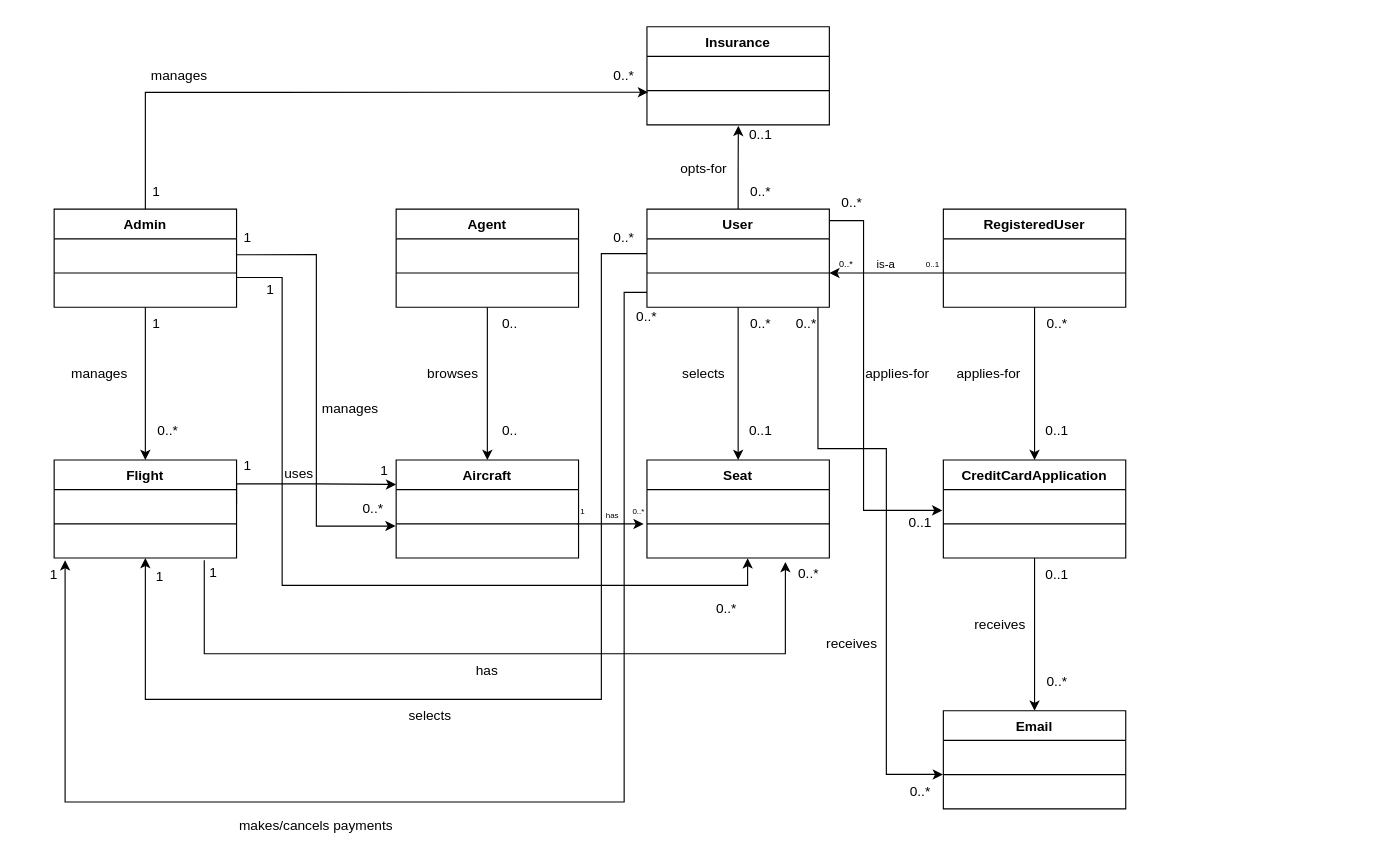
This is docs/SystemConceptualModel.drawio from Not-Nimna/flight_reservation, a draw.io file, before an edit. Source tidied: cells renumbered, new cells numbered last; positions are measured from the earlier drawing's top-left corner, leaving out a move shared by most shapes. Both pictures are drawn from the tidied source at 114%, with x=0, y=0 at pixel (19, 26).
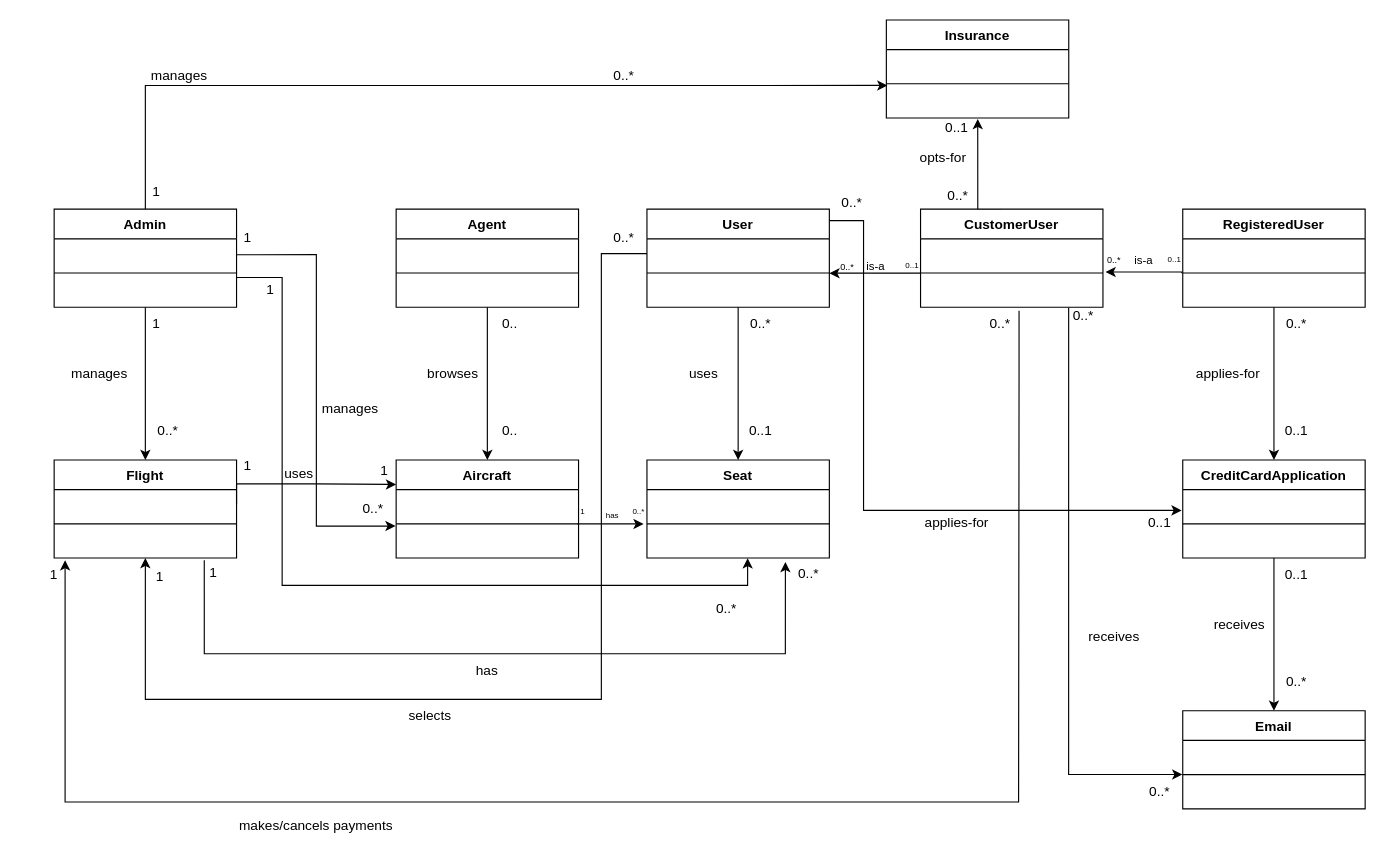
The same page after the edit.

Unchanged cells that the change refers to:
```xml
<mxCell id="16" value="User" style="swimlane;fontStyle=1;align=center;verticalAlign=top;horizontal=1;startSize=26;whiteSpace=wrap;html=1;" parent="1" vertex="1">
  <mxGeometry x="550" y="160" width="160" height="86" as="geometry" />
</mxCell>
<mxCell id="18" style="line;strokeWidth=1;fillColor=none;align=left;verticalAlign=middle;spacingTop=-1;spacingLeft=3;spacingRight=3;labelPosition=right;points=[];portConstraint=eastwest;strokeColor=inherit;" parent="16" vertex="1">
  <mxGeometry y="52" width="160" height="8" as="geometry" />
</mxCell>
<mxCell id="19" value="&amp;nbsp;" style="text;strokeColor=none;fillColor=none;align=left;verticalAlign=top;spacingLeft=4;spacingRight=4;overflow=hidden;points=[[0,0.5],[1,0.5]];portConstraint=eastwest;whiteSpace=wrap;html=1;" parent="16" vertex="1">
  <mxGeometry y="60" width="160" height="26" as="geometry" />
</mxCell>
<mxCell id="22" style="line;strokeWidth=1;fillColor=none;align=left;verticalAlign=middle;spacingTop=-1;spacingLeft=3;spacingRight=3;labelPosition=right;points=[];portConstraint=eastwest;strokeColor=inherit;" parent="20" vertex="1">
  <mxGeometry y="52" width="160" height="8" as="geometry" />
</mxCell>
<mxCell id="23" value="&amp;nbsp;" style="text;strokeColor=none;fillColor=none;align=left;verticalAlign=top;spacingLeft=4;spacingRight=4;overflow=hidden;points=[[0,0.5],[1,0.5]];portConstraint=eastwest;whiteSpace=wrap;html=1;" parent="20" vertex="1">
  <mxGeometry y="60" width="160" height="26" as="geometry" />
</mxCell>
<mxCell id="27" value="&amp;nbsp;" style="text;strokeColor=none;fillColor=none;align=left;verticalAlign=top;spacingLeft=4;spacingRight=4;overflow=hidden;points=[[0,0.5],[1,0.5]];portConstraint=eastwest;whiteSpace=wrap;html=1;" parent="24" vertex="1">
  <mxGeometry y="60" width="160" height="26" as="geometry" />
</mxCell>
<mxCell id="62" value="&amp;nbsp;" style="text;strokeColor=none;fillColor=none;align=left;verticalAlign=top;spacingLeft=4;spacingRight=4;overflow=hidden;points=[[0,0.5],[1,0.5]];portConstraint=eastwest;whiteSpace=wrap;html=1;" parent="59" vertex="1">
  <mxGeometry y="60" width="160" height="26" as="geometry" />
</mxCell>
<mxCell id="73" value="&amp;nbsp;" style="text;strokeColor=none;fillColor=none;align=left;verticalAlign=top;spacingLeft=4;spacingRight=4;overflow=hidden;points=[[0,0.5],[1,0.5]];portConstraint=eastwest;whiteSpace=wrap;html=1;" parent="70" vertex="1">
  <mxGeometry y="60" width="160" height="26" as="geometry" />
</mxCell>
```

Change to the diagram source:
```diff
@@
-    <mxCell id="12" style="edgeStyle=orthogonalEdgeStyle;rounded=0;jettySize=auto;html=1;entryX=0.501;entryY=1.034;entryDx=0;entryDy=0;entryPerimeter=0;" parent="1" edge="1" source="16" target="73">
-      <mxGeometry relative="1" as="geometry" />
+    <mxCell id="12" style="edgeStyle=orthogonalEdgeStyle;rounded=0;jettySize=auto;html=1;entryX=0.501;entryY=1.034;entryDx=0;entryDy=0;entryPerimeter=0;exitX=0.445;exitY=0.006;exitDx=0;exitDy=0;exitPerimeter=0;" parent="1" edge="1" source="109" target="73">
+      <mxGeometry relative="1" as="geometry">
+        <Array as="points">
+          <mxPoint x="840" y="160" />
+        </Array>
+      </mxGeometry>
     </mxCell>
@@
-    <mxCell id="14" style="edgeStyle=orthogonalEdgeStyle;rounded=0;jettySize=auto;html=1;entryX=-0.002;entryY=-0.16;entryDx=0;entryDy=0;entryPerimeter=0;" parent="1" edge="1" source="16" target="62">
+    <mxCell id="14" style="edgeStyle=orthogonalEdgeStyle;rounded=0;jettySize=auto;html=1;entryX=-0.002;entryY=-0.16;entryDx=0;entryDy=0;entryPerimeter=0;exitX=0.812;exitY=1.019;exitDx=0;exitDy=0;exitPerimeter=0;" parent="1" edge="1" source="112" target="62">
       <mxGeometry relative="1" as="geometry">
         <Array as="points">
-          <mxPoint x="700" y="370" />
-          <mxPoint x="760" y="370" />
-          <mxPoint x="760" y="656" />
+          <mxPoint x="920" y="656" />
         </Array>
       </mxGeometry>
     </mxCell>
-    <mxCell id="15" style="edgeStyle=orthogonalEdgeStyle;rounded=0;jettySize=auto;html=1;exitX=0;exitY=0.5;exitDx=0;exitDy=0;entryX=0.06;entryY=1.073;entryDx=0;entryDy=0;entryPerimeter=0;" parent="1" edge="1" source="19" target="27">
+    <mxCell id="15" style="edgeStyle=orthogonalEdgeStyle;rounded=0;jettySize=auto;html=1;exitX=0.54;exitY=1.12;exitDx=0;exitDy=0;entryX=0.06;entryY=1.073;entryDx=0;entryDy=0;entryPerimeter=0;exitPerimeter=0;" parent="1" edge="1" source="112" target="27">
       <mxGeometry relative="1" as="geometry">
         <Array as="points">
-          <mxPoint x="530" y="233" />
-          <mxPoint x="530" y="680" />
+          <mxPoint x="876" y="310" />
+          <mxPoint x="876" y="680" />
           <mxPoint x="40" y="680" />
         </Array>
       </mxGeometry>
     </mxCell>
@@
     <mxCell id="20" value="RegisteredUser" style="swimlane;fontStyle=1;align=center;verticalAlign=top;horizontal=1;startSize=26;whiteSpace=wrap;html=1;" parent="1" vertex="1">
-      <mxGeometry x="810" y="160" width="160" height="86" as="geometry" />
+      <mxGeometry x="1020" y="160" width="160" height="86" as="geometry" />
     </mxCell>
@@
     <mxCell id="36" value="CreditCardApplication" style="swimlane;fontStyle=1;align=center;verticalAlign=top;horizontal=1;startSize=26;whiteSpace=wrap;html=1;" parent="1" vertex="1">
-      <mxGeometry x="810" y="380" width="160" height="86" as="geometry" />
+      <mxGeometry x="1020" y="380" width="160" height="86" as="geometry" />
     </mxCell>
@@
-    <mxCell id="48" value="selects" style="text;html=1;strokeColor=none;fillColor=none;align=center;verticalAlign=middle;whiteSpace=wrap;rounded=0;" parent="1" vertex="1">
+    <mxCell id="48" value="uses" style="text;html=1;strokeColor=none;fillColor=none;align=center;verticalAlign=middle;whiteSpace=wrap;rounded=0;" parent="1" vertex="1">
       <mxGeometry x="570" y="290" width="60" height="30" as="geometry" />
     </mxCell>
@@
     <mxCell id="51" style="edgeStyle=orthogonalEdgeStyle;rounded=0;orthogonalLoop=1;jettySize=auto;html=1;entryX=0.5;entryY=0;entryDx=0;entryDy=0;" parent="1" edge="1">
       <mxGeometry relative="1" as="geometry">
-        <mxPoint x="890" y="246" as="sourcePoint" />
-        <mxPoint x="890" y="380" as="targetPoint" />
+        <mxPoint x="1100" y="246" as="sourcePoint" />
+        <mxPoint x="1100" y="380" as="targetPoint" />
       </mxGeometry>
     </mxCell>
     <mxCell id="52" value="applies-for" style="text;html=1;strokeColor=none;fillColor=none;align=center;verticalAlign=middle;whiteSpace=wrap;rounded=0;" parent="1" vertex="1">
-      <mxGeometry x="820" y="290" width="60" height="30" as="geometry" />
+      <mxGeometry x="1030" y="290" width="60" height="30" as="geometry" />
     </mxCell>
     <mxCell id="53" value="0..*" style="text;html=1;strokeColor=none;fillColor=none;align=center;verticalAlign=middle;whiteSpace=wrap;rounded=0;" parent="1" vertex="1">
-      <mxGeometry x="880" y="246" width="60" height="30" as="geometry" />
+      <mxGeometry x="1090" y="246" width="60" height="30" as="geometry" />
     </mxCell>
     <mxCell id="54" value="0..1" style="text;html=1;strokeColor=none;fillColor=none;align=center;verticalAlign=middle;whiteSpace=wrap;rounded=0;" parent="1" vertex="1">
-      <mxGeometry x="880" y="340" width="60" height="30" as="geometry" />
+      <mxGeometry x="1090" y="340" width="60" height="30" as="geometry" />
     </mxCell>
     <mxCell id="55" style="edgeStyle=orthogonalEdgeStyle;rounded=0;orthogonalLoop=1;jettySize=auto;html=1;entryX=0.5;entryY=0;entryDx=0;entryDy=0;" parent="1" edge="1">
       <mxGeometry relative="1" as="geometry">
-        <mxPoint x="890" y="466" as="sourcePoint" />
-        <mxPoint x="890" y="600" as="targetPoint" />
+        <mxPoint x="1100" y="466" as="sourcePoint" />
+        <mxPoint x="1100" y="600" as="targetPoint" />
       </mxGeometry>
     </mxCell>
     <mxCell id="56" value="receives" style="text;html=1;strokeColor=none;fillColor=none;align=center;verticalAlign=middle;whiteSpace=wrap;rounded=0;" parent="1" vertex="1">
-      <mxGeometry x="830" y="510" width="60" height="30" as="geometry" />
+      <mxGeometry x="1040" y="510" width="60" height="30" as="geometry" />
     </mxCell>
     <mxCell id="57" value="0..1" style="text;html=1;strokeColor=none;fillColor=none;align=center;verticalAlign=middle;whiteSpace=wrap;rounded=0;" parent="1" vertex="1">
-      <mxGeometry x="880" y="466" width="60" height="30" as="geometry" />
+      <mxGeometry x="1090" y="466" width="60" height="30" as="geometry" />
     </mxCell>
     <mxCell id="58" value="0..*" style="text;html=1;strokeColor=none;fillColor=none;align=center;verticalAlign=middle;whiteSpace=wrap;rounded=0;" parent="1" vertex="1">
-      <mxGeometry x="880" y="560" width="60" height="30" as="geometry" />
+      <mxGeometry x="1090" y="560" width="60" height="30" as="geometry" />
     </mxCell>
     <mxCell id="59" value="Email" style="swimlane;fontStyle=1;align=center;verticalAlign=top;horizontal=1;startSize=26;whiteSpace=wrap;html=1;" parent="1" vertex="1">
-      <mxGeometry x="810" y="600" width="160" height="86" as="geometry" />
+      <mxGeometry x="1020" y="600" width="160" height="86" as="geometry" />
     </mxCell>
@@
     <mxCell id="70" value="Insurance" style="swimlane;fontStyle=1;align=center;verticalAlign=top;horizontal=1;startSize=26;whiteSpace=wrap;html=1;" parent="1" vertex="1">
-      <mxGeometry x="550" width="160" height="86" as="geometry" />
+      <mxGeometry x="760" y="-6" width="160" height="86" as="geometry" />
     </mxCell>
@@
     <mxCell id="74" value="opts-for" style="text;html=1;strokeColor=none;fillColor=none;align=center;verticalAlign=middle;whiteSpace=wrap;rounded=0;" parent="1" vertex="1">
-      <mxGeometry x="570" y="110" width="60" height="30" as="geometry" />
+      <mxGeometry x="780" y="100" width="60" height="30" as="geometry" />
     </mxCell>
-    <mxCell id="75" style="edgeStyle=orthogonalEdgeStyle;rounded=0;jettySize=auto;html=1;entryX=1.022;entryY=0.968;entryDx=0;entryDy=0;entryPerimeter=0;exitX=0.003;exitY=0.494;exitDx=0;exitDy=0;exitPerimeter=0;" parent="1" edge="1" source="22">
-      <mxGeometry relative="1" as="geometry">
-        <mxPoint x="710" y="216" as="targetPoint" />
-        <Array as="points">
-          <mxPoint x="766" y="216" />
-        </Array>
-      </mxGeometry>
-    </mxCell>
     <mxCell id="76" value="is-a" style="text;html=1;strokeColor=none;fillColor=none;align=center;verticalAlign=middle;whiteSpace=wrap;rounded=0;fontSize=10;" parent="1" vertex="1">
-      <mxGeometry x="730" y="193" width="60" height="30" as="geometry" />
+      <mxGeometry x="976" y="190" width="20" height="30" as="geometry" />
     </mxCell>
@@
     <mxCell id="80" value="0..1" style="text;html=1;strokeColor=none;fillColor=none;align=center;verticalAlign=middle;whiteSpace=wrap;rounded=0;" parent="1" vertex="1">
-      <mxGeometry x="620" y="80" width="60" height="30" as="geometry" />
+      <mxGeometry x="792" y="74" width="60" height="30" as="geometry" />
     </mxCell>
     <mxCell id="81" value="0..*" style="text;html=1;strokeColor=none;fillColor=none;align=center;verticalAlign=middle;whiteSpace=wrap;rounded=0;" parent="1" vertex="1">
-      <mxGeometry x="620" y="130" width="60" height="30" as="geometry" />
+      <mxGeometry x="793" y="133" width="60" height="30" as="geometry" />
     </mxCell>
@@
     <mxCell id="87" value="applies-for" style="text;html=1;strokeColor=none;fillColor=none;align=center;verticalAlign=middle;whiteSpace=wrap;rounded=0;" parent="1" vertex="1">
-      <mxGeometry x="740" y="290" width="60" height="30" as="geometry" />
+      <mxGeometry x="792" y="420" width="60" height="30" as="geometry" />
     </mxCell>
     <mxCell id="88" value="0..1" style="text;html=1;strokeColor=none;fillColor=none;align=center;verticalAlign=middle;whiteSpace=wrap;rounded=0;" parent="1" vertex="1">
-      <mxGeometry x="760" y="420" width="60" height="30" as="geometry" />
+      <mxGeometry x="970" y="420" width="60" height="30" as="geometry" />
     </mxCell>
     <mxCell id="89" value="0..*" style="text;html=1;strokeColor=none;fillColor=none;align=center;verticalAlign=middle;whiteSpace=wrap;rounded=0;fontSize=8;" parent="1" vertex="1">
-      <mxGeometry x="695" y="193" width="60" height="30" as="geometry" />
+      <mxGeometry x="950" y="190" width="20" height="30" as="geometry" />
     </mxCell>
     <mxCell id="90" value="0..1" style="text;html=1;strokeColor=none;fillColor=none;align=center;verticalAlign=middle;whiteSpace=wrap;rounded=0;fontSize=7;" parent="1" vertex="1">
-      <mxGeometry x="771" y="194" width="60" height="30" as="geometry" />
+      <mxGeometry x="1007" y="190" width="12" height="30" as="geometry" />
     </mxCell>
     <mxCell id="91" value="receives" style="text;html=1;strokeColor=none;fillColor=none;align=center;verticalAlign=middle;whiteSpace=wrap;rounded=0;" parent="1" vertex="1">
-      <mxGeometry x="700" y="526" width="60" height="30" as="geometry" />
+      <mxGeometry x="930" y="520" width="60" height="30" as="geometry" />
     </mxCell>
     <mxCell id="92" value="0..*" style="text;html=1;strokeColor=none;fillColor=none;align=center;verticalAlign=middle;whiteSpace=wrap;rounded=0;" parent="1" vertex="1">
-      <mxGeometry x="660" y="246" width="60" height="30" as="geometry" />
+      <mxGeometry x="925" y="251" width="16" height="6" as="geometry" />
     </mxCell>
     <mxCell id="93" value="0..*" style="text;html=1;strokeColor=none;fillColor=none;align=center;verticalAlign=middle;whiteSpace=wrap;rounded=0;" parent="1" vertex="1">
-      <mxGeometry x="760" y="656" width="60" height="30" as="geometry" />
+      <mxGeometry x="970" y="656" width="60" height="30" as="geometry" />
     </mxCell>
     <mxCell id="94" value="0..*" style="text;html=1;strokeColor=none;fillColor=none;align=center;verticalAlign=middle;whiteSpace=wrap;rounded=0;" parent="1" vertex="1">
-      <mxGeometry x="520" y="240" width="60" height="30" as="geometry" />
+      <mxGeometry x="830" y="246" width="60" height="30" as="geometry" />
     </mxCell>
@@
+    <mxCell id="109" value="CustomerUser" style="swimlane;fontStyle=1;align=center;verticalAlign=top;horizontal=1;startSize=26;whiteSpace=wrap;html=1;" parent="1" vertex="1">
+      <mxGeometry x="790" y="160" width="160" height="86" as="geometry" />
+    </mxCell>
+    <mxCell id="110" value="&amp;nbsp;" style="text;strokeColor=none;fillColor=none;align=left;verticalAlign=top;spacingLeft=4;spacingRight=4;overflow=hidden;whiteSpace=wrap;html=1;" parent="109" vertex="1">
+      <mxGeometry y="26" width="160" height="26" as="geometry" />
+    </mxCell>
+    <mxCell id="111" style="line;strokeWidth=1;fillColor=none;align=left;verticalAlign=middle;spacingTop=-1;spacingLeft=3;spacingRight=3;labelPosition=right;points=[];portConstraint=eastwest;strokeColor=inherit;" parent="109" vertex="1">
+      <mxGeometry y="52" width="160" height="8" as="geometry" />
+    </mxCell>
+    <mxCell id="112" value="&amp;nbsp;" style="text;strokeColor=none;fillColor=none;align=left;verticalAlign=top;spacingLeft=4;spacingRight=4;overflow=hidden;points=[[0,0.5],[1,0.5]];portConstraint=eastwest;whiteSpace=wrap;html=1;" parent="109" vertex="1">
+      <mxGeometry y="60" width="160" height="26" as="geometry" />
+    </mxCell>
+    <mxCell id="113" style="edgeStyle=orthogonalEdgeStyle;rounded=0;jettySize=auto;html=1;entryX=1.014;entryY=-0.188;entryDx=0;entryDy=0;exitX=-0.005;exitY=-0.143;exitDx=0;exitDy=0;exitPerimeter=0;entryPerimeter=0;" parent="1" edge="1" source="23" target="112">
+      <mxGeometry relative="1" as="geometry">
+        <Array as="points">
+          <mxPoint x="1019" y="215" />
+        </Array>
+      </mxGeometry>
+    </mxCell>
+    <mxCell id="114" value="is-a" style="text;html=1;strokeColor=none;fillColor=none;align=center;verticalAlign=middle;whiteSpace=wrap;rounded=0;fontSize=10;" parent="1" vertex="1">
+      <mxGeometry x="741" y="195" width="20" height="30" as="geometry" />
+    </mxCell>
+    <mxCell id="115" value="0..*" style="text;html=1;strokeColor=none;fillColor=none;align=center;verticalAlign=middle;whiteSpace=wrap;rounded=0;fontSize=8;" parent="1" vertex="1">
+      <mxGeometry x="716" y="206" width="20" height="10" as="geometry" />
+    </mxCell>
+    <mxCell id="116" value="0..1" style="text;html=1;strokeColor=none;fillColor=none;align=center;verticalAlign=middle;whiteSpace=wrap;rounded=0;fontSize=7;" parent="1" vertex="1">
+      <mxGeometry x="777" y="195" width="12" height="30" as="geometry" />
+    </mxCell>
+    <mxCell id="117" style="endArrow=classic;html=1;rounded=0;entryX=1;entryY=0.513;entryDx=0;entryDy=0;entryPerimeter=0;exitX=0.001;exitY=0.513;exitDx=0;exitDy=0;exitPerimeter=0;" parent="1" edge="1" source="111" target="18">
+      <mxGeometry relative="1" as="geometry" />
+    </mxCell>
```
